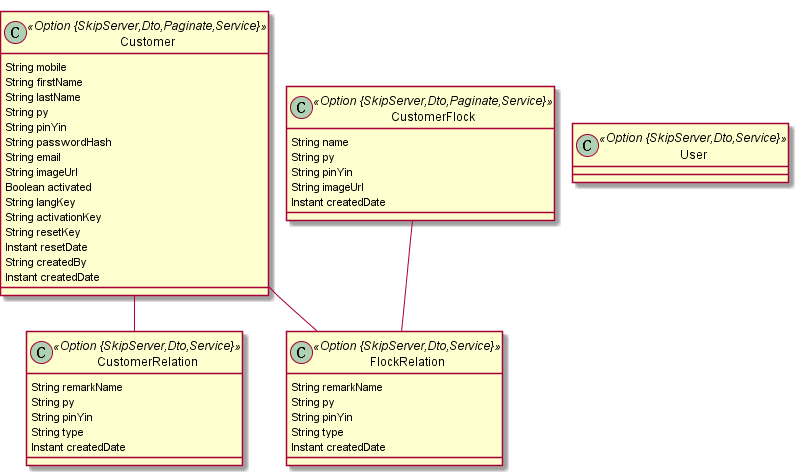
Before: docs/jdl/customer.png, a diagram exported from PlantUML (dongyanghe/eikesi).
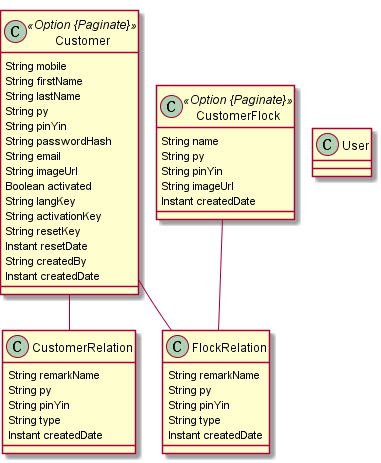
Above is the later version.

The edit, as a diff of the source:
```diff
@@ -1,28 +1,28 @@
 @startuml
 	!pragma graphviz_dot jdot
 	!pragma syntax class
-	class CustomerRelation <<Option {SkipServer,Dto,Service}>> {
+	class CustomerRelation  {
 		String remarkName
 		String py
 		String pinYin
 		String type
 		Instant createdDate
 	}
-	class FlockRelation <<Option {SkipServer,Dto,Service}>> {
+	class FlockRelation  {
 		String remarkName
 		String py
 		String pinYin
 		String type
 		Instant createdDate
 	}
-	class CustomerFlock <<Option {SkipServer,Dto,Paginate,Service}>> {
+	class CustomerFlock <<Option {Paginate}>> {
 		String name
 		String py
 		String pinYin
 		String imageUrl
 		Instant createdDate
 	}
-	class Customer <<Option {SkipServer,Dto,Paginate,Service}>> {
+	class Customer <<Option {Paginate}>> {
 		String mobile
 		String firstName
 		String lastName
@@ -42,6 +42,6 @@
 	Customer  "customerRelation(remarkName) 0..1 " --o "customer(firstName) 0..* "  CustomerRelation
 	Customer  "flockRelation(remarkName) 0..1 " --o "customer(firstName) 0..* "  FlockRelation
 	CustomerFlock  "flockRelation(remarkName) 0..1 " --o "customerFlock(name) 0..* "  FlockRelation
-	class User <<Option {SkipServer,Dto,Service}>> {
+	class User  {
 	}
 @enduml
```
